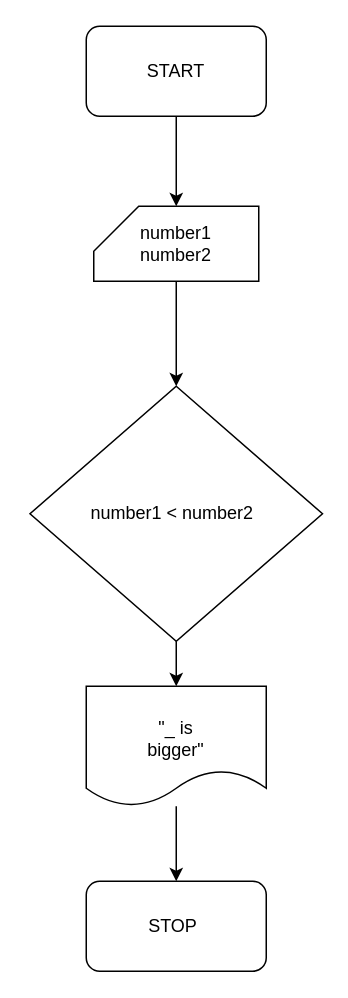
Earlier version of the draw.io diagram homework1.drawio (quizpace/24-07-2023). Source tidied: cells renumbered, new cells numbered last; positions are measured from the earlier drawing's top-left corner, leaving out a move shared by most shapes. Both pictures are drawn from the tidied source at 150%, with x=0, y=0 at pixel (26, 26).
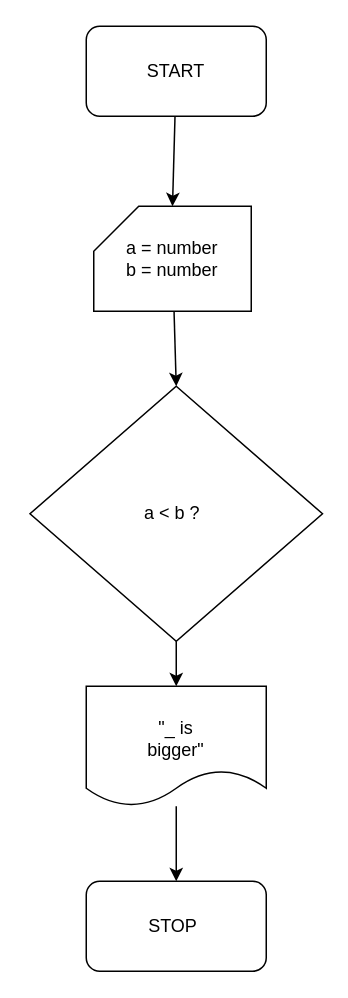
The same diagram, later.

The edit, as a diff of the source:
```diff
@@
 <mxGraphModel>
   <root>
     <mxCell id="0" />
     <mxCell id="1" parent="0" />
     <mxCell id="2" style="edgeStyle=none;html=1;entryX=0.5;entryY=0;entryDx=0;entryDy=0;entryPerimeter=0;" parent="1" edge="1" source="3" target="5">
       <mxGeometry relative="1" as="geometry" />
     </mxCell>
     <mxCell id="3" value="START" style="rounded=1;whiteSpace=wrap;html=1;" parent="1" vertex="1">
       <mxGeometry x="40" width="120" height="60" as="geometry" />
     </mxCell>
     <mxCell id="4" style="edgeStyle=none;html=1;entryX=0.5;entryY=0;entryDx=0;entryDy=0;" parent="1" edge="1" source="5" target="7">
       <mxGeometry relative="1" as="geometry" />
     </mxCell>
-    <mxCell id="5" value="number1&lt;br&gt;number2" style="shape=card;whiteSpace=wrap;html=1;" parent="1" vertex="1">
-      <mxGeometry x="45" y="120" width="110" height="50" as="geometry" />
+    <mxCell id="5" value="a = number&lt;br&gt;b = number" style="shape=card;whiteSpace=wrap;html=1;" parent="1" vertex="1">
+      <mxGeometry x="45" y="120" width="105" height="70" as="geometry" />
     </mxCell>
     <mxCell id="6" style="edgeStyle=none;html=1;entryX=0.5;entryY=0;entryDx=0;entryDy=0;" parent="1" edge="1" source="7" target="10">
       <mxGeometry relative="1" as="geometry" />
     </mxCell>
     <mxCell id="7" style="rhombus;whiteSpace=wrap;html=1;" parent="1" vertex="1">
       <mxGeometry x="2.5" y="240" width="195" height="170" as="geometry" />
     </mxCell>
-    <mxCell id="8" value="number1 &amp;lt; number2" style="text;html=1;strokeColor=none;fillColor=none;align=center;verticalAlign=middle;whiteSpace=wrap;rounded=0;" parent="1" vertex="1">
+    <mxCell id="8" value="a &amp;lt; b ?" style="text;html=1;strokeColor=none;fillColor=none;align=center;verticalAlign=middle;whiteSpace=wrap;rounded=0;" parent="1" vertex="1">
       <mxGeometry y="305" width="195" height="40" as="geometry" />
     </mxCell>
     <mxCell id="9" style="edgeStyle=none;html=1;entryX=0.5;entryY=0;entryDx=0;entryDy=0;" parent="1" edge="1" source="10" target="12">
       <mxGeometry relative="1" as="geometry" />
     </mxCell>
     <mxCell id="10" style="shape=document;whiteSpace=wrap;html=1;boundedLbl=1;" parent="1" vertex="1">
       <mxGeometry x="40" y="440" width="120" height="80" as="geometry" />
     </mxCell>
     <mxCell id="11" value="&quot;_ is bigger&quot;" style="text;html=1;strokeColor=none;fillColor=none;align=center;verticalAlign=middle;whiteSpace=wrap;rounded=0;" parent="1" vertex="1">
       <mxGeometry x="70" y="460" width="60" height="30" as="geometry" />
     </mxCell>
     <mxCell id="12" style="rounded=1;whiteSpace=wrap;html=1;" parent="1" vertex="1">
       <mxGeometry x="40" y="570" width="120" height="60" as="geometry" />
     </mxCell>
     <mxCell id="13" value="STOP" style="text;html=1;strokeColor=none;fillColor=none;align=center;verticalAlign=middle;whiteSpace=wrap;rounded=0;" parent="1" vertex="1">
       <mxGeometry x="67.5" y="585" width="60" height="30" as="geometry" />
     </mxCell>
   </root>
 </mxGraphModel>
```
